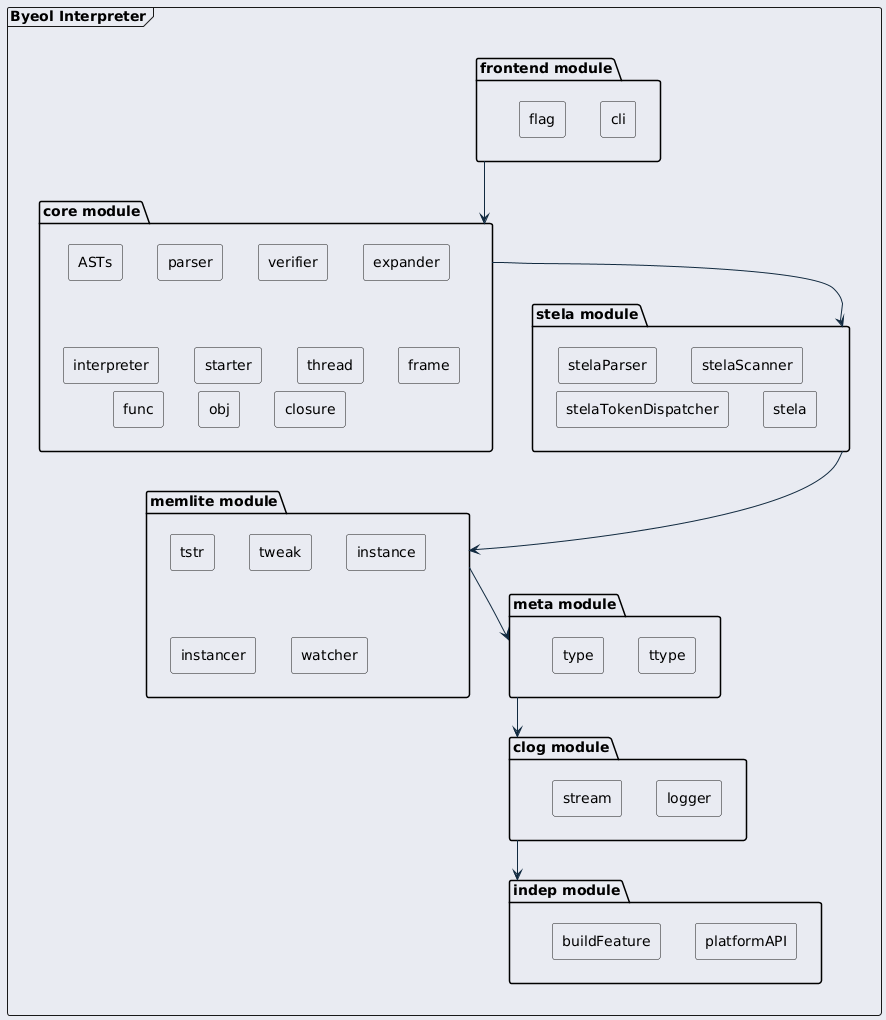
This is ref/generated/ko/inline_umlgraph_1.png from byeolang/website, a PlantUML export, as it was before one commit.
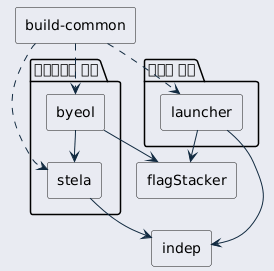
The same file after the commit.

Change to the diagram source:
```diff
@@ -26,55 +26,27 @@
 skinparam ranksep 1
 skinparam packagePadding 1
 
-frame "Byeol Interpreter" {
-  package "frontend module" as f {
-    rectangle "cli"
-    rectangle "flag"
-  }
-  package "core module" as co {
-    rectangle "ASTs"
-    rectangle "parser"
-    rectangle "verifier"
-    rectangle "expander"
-    rectangle "interpreter"
-    rectangle "starter"
-    rectangle "thread"
-    rectangle "frame"
-    rectangle "func"
-    rectangle "obj"
-    rectangle "closure"
-  }
-  package "stela module" as s {
-    rectangle "stelaParser"
-    rectangle "stelaScanner"
-    rectangle "stelaTokenDispatcher"
-    rectangle "stela"
-  }
-  package "memlite module" as mem {
-    rectangle "tstr"
-    rectangle "tweak"
-    rectangle "instance"
-    rectangle "instancer"
-    rectangle "watcher"
-  }
-  package "meta module" as met {
-    rectangle "ttype"
-    rectangle "type"
-  }
-  package "clog module" as cl {
-    rectangle "logger"
-    rectangle "stream"
-  }
-  package "indep module" as i {
-    rectangle "platformAPI"
-    rectangle "buildFeature"
-  }
+rectangle "build-common" as bc
 
-  f -down-> co
-  co -down-> s
-  s -down-> mem
-  mem -down-> met
-  met -down-> cl
-  cl -down-> i
+package "인터프리터 계통" {
+  rectangle "byeol" as by
+  rectangle "stela" as st
 }
+
+package "진입점 계통" {
+  rectangle "launcher" as la
+}
+
+rectangle "flagStacker" as fs
+rectangle "indep" as id
+
+by -down-> st
+by -down-> fs
+la -down-> fs
+la -down-> id
+st -down-> id
+
+bc .down.> by
+bc .down.> la
+bc .down.> st
 @enduml
```
